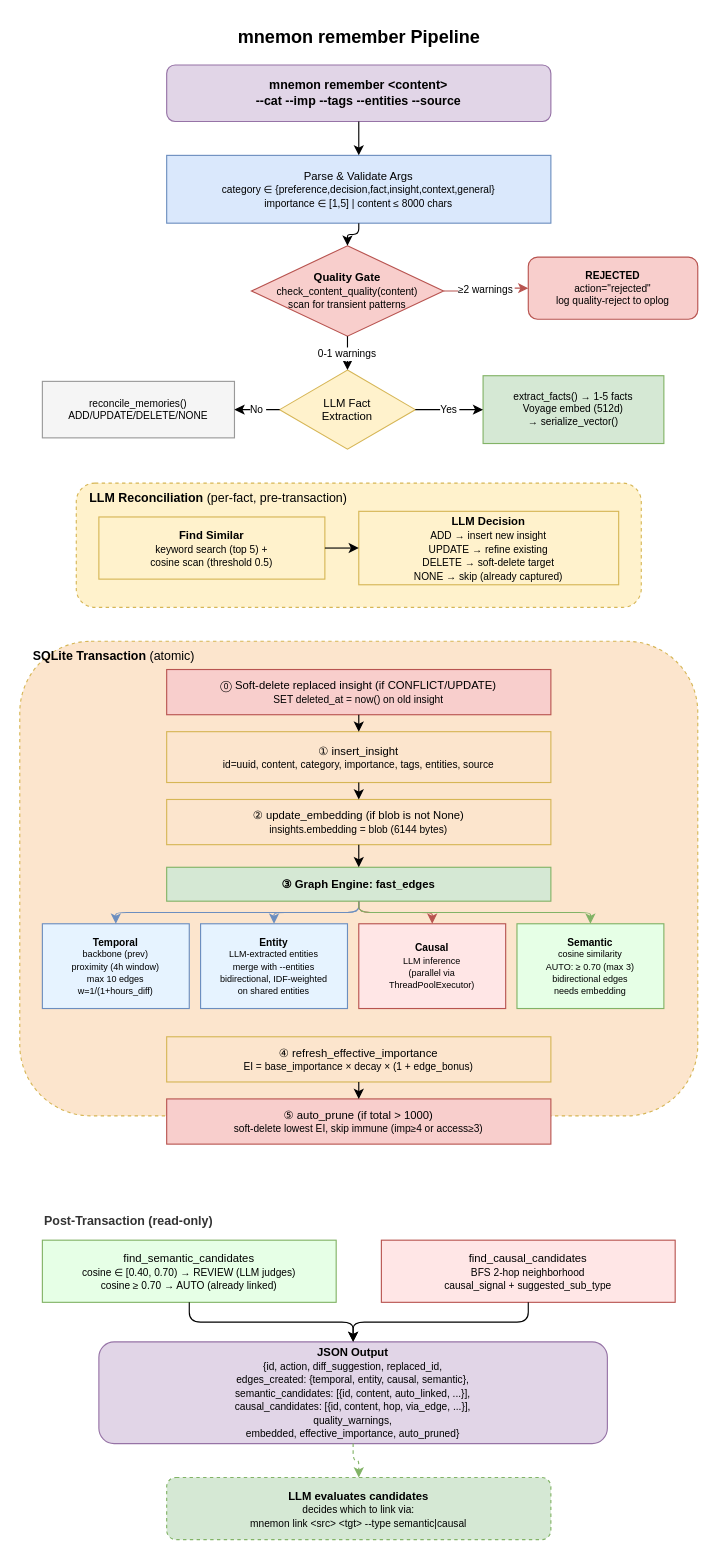
bissli/memman keeps this draw.io diagram as docs/diagrams/02-remember-pipeline.drawio. Above is the earlier version. Source tidied: cells renumbered, new cells numbered last; positions are measured from the earlier drawing's top-left corner, leaving out a move shared by most shapes. Both pictures are drawn from the tidied source at 113%, with x=0, y=0 at pixel (19, 19).
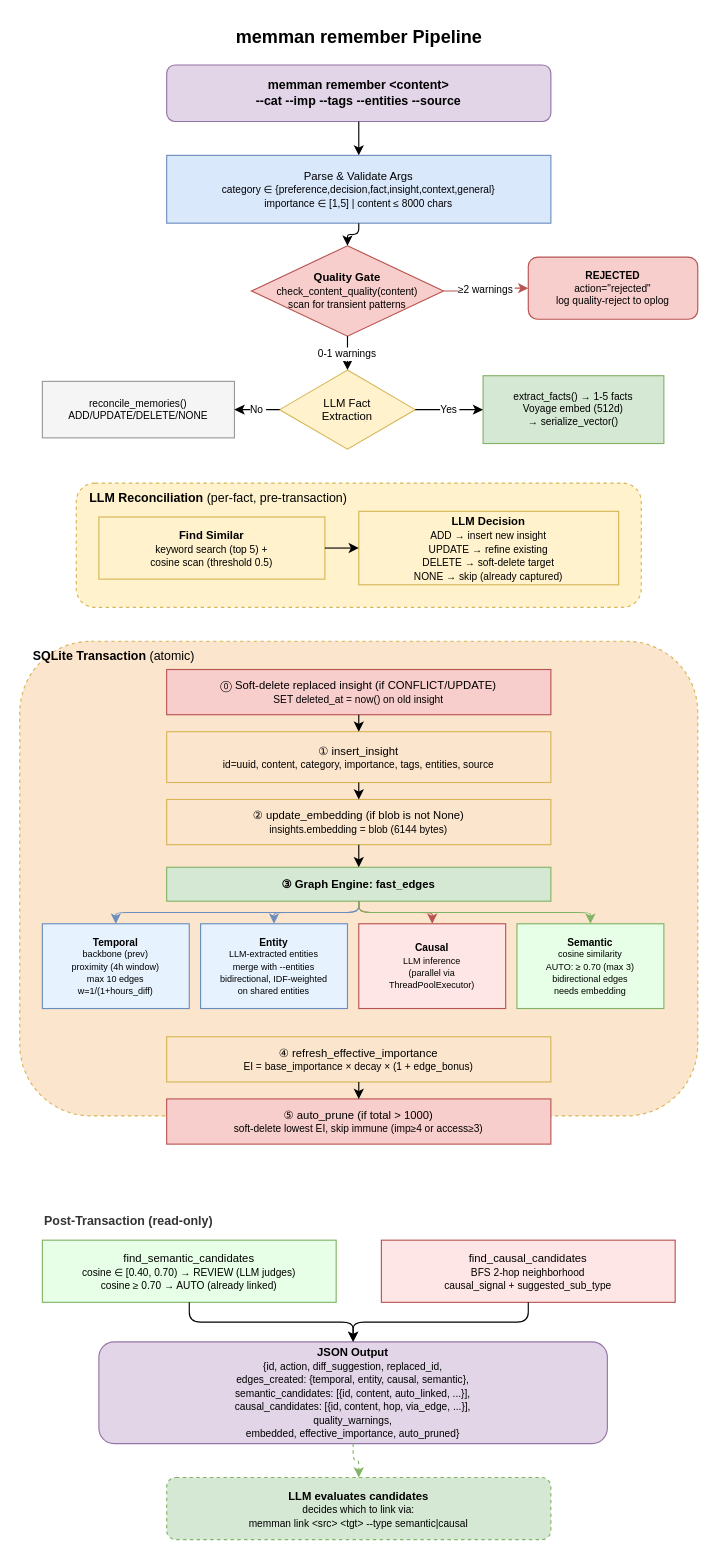
The same page after the edit.

What changed in the source:
```diff
@@
-    <mxCell id="2" value="&lt;b&gt;mnemon remember Pipeline&lt;/b&gt;" style="text;html=1;align=center;verticalAlign=middle;fontSize=16;strokeColor=none;fillColor=none;" parent="1" vertex="1">
+    <mxCell id="2" value="&lt;b&gt;memman remember Pipeline&lt;/b&gt;" style="text;html=1;align=center;verticalAlign=middle;fontSize=16;strokeColor=none;fillColor=none;" parent="1" vertex="1">
       <mxGeometry x="150" width="300" height="30" as="geometry" />
     </mxCell>
-    <mxCell id="3" value="mnemon remember &amp;lt;content&amp;gt;&lt;br&gt;--cat --imp --tags --entities --source" style="rounded=1;whiteSpace=wrap;html=1;fillColor=#e1d5e7;strokeColor=#9673a6;fontSize=11;fontStyle=1;" parent="1" vertex="1">
+    <mxCell id="3" value="memman remember &amp;lt;content&amp;gt;&lt;br&gt;--cat --imp --tags --entities --source" style="rounded=1;whiteSpace=wrap;html=1;fillColor=#e1d5e7;strokeColor=#9673a6;fontSize=11;fontStyle=1;" parent="1" vertex="1">
       <mxGeometry x="130" y="40" width="340" height="50" as="geometry" />
     </mxCell>
@@
-    <mxCell id="45" value="&lt;b&gt;LLM evaluates candidates&lt;/b&gt;&lt;br&gt;&lt;font style=&quot;font-size:9px&quot;&gt;decides which to link via:&lt;br&gt;mnemon link &amp;lt;src&amp;gt; &amp;lt;tgt&amp;gt; --type semantic|causal&lt;/font&gt;" style="rounded=1;whiteSpace=wrap;html=1;fillColor=#d5e8d4;strokeColor=#82b366;fontSize=10;dashed=1;" parent="1" vertex="1">
+    <mxCell id="45" value="&lt;b&gt;LLM evaluates candidates&lt;/b&gt;&lt;br&gt;&lt;font style=&quot;font-size:9px&quot;&gt;decides which to link via:&lt;br&gt;memman link &amp;lt;src&amp;gt; &amp;lt;tgt&amp;gt; --type semantic|causal&lt;/font&gt;" style="rounded=1;whiteSpace=wrap;html=1;fillColor=#d5e8d4;strokeColor=#82b366;fontSize=10;dashed=1;" parent="1" vertex="1">
       <mxGeometry x="130" y="1290" width="340" height="55" as="geometry" />
     </mxCell>
```
